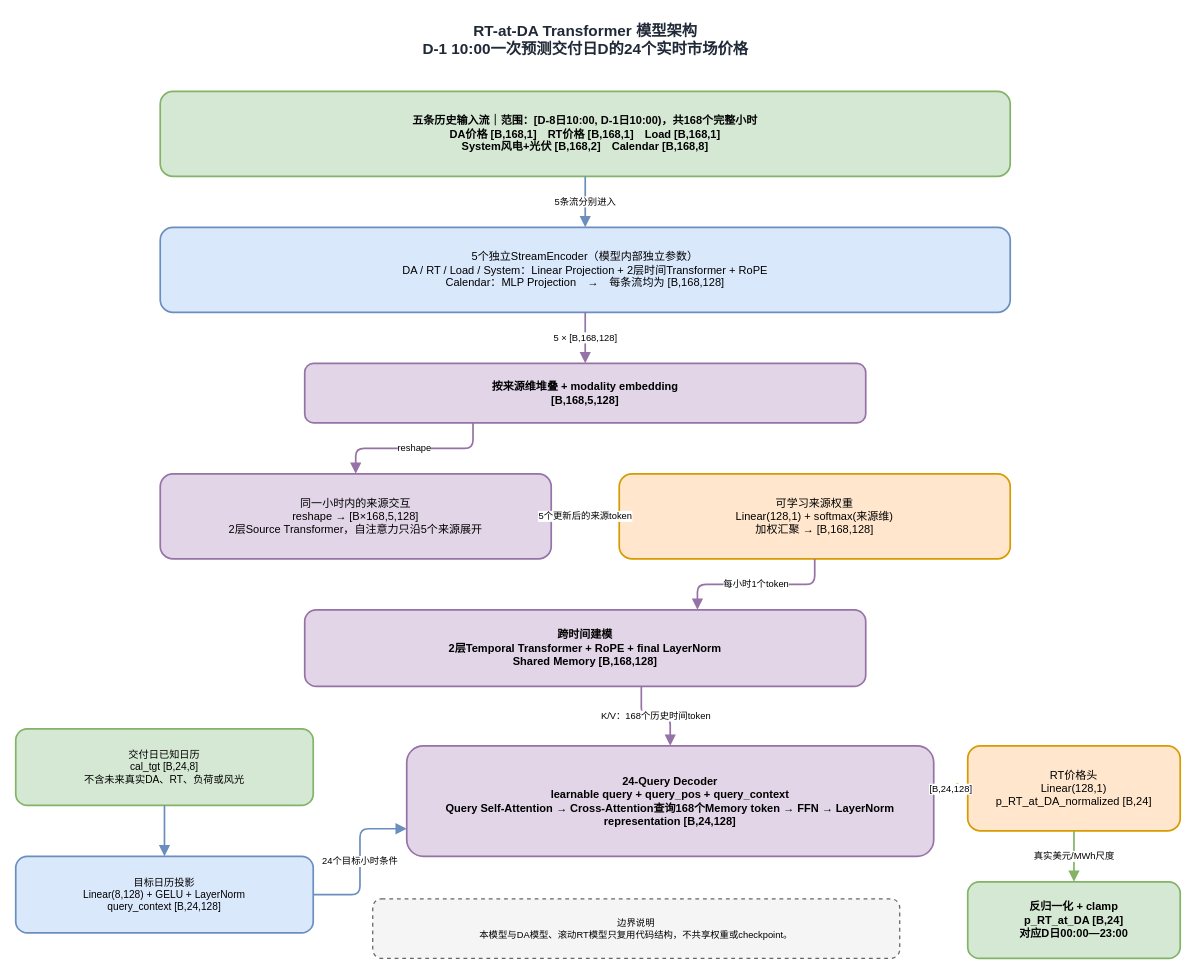
Before: docs/rt_at_da_model_architecture.drawio in lwowlwowl/electricity-price-forecasting, a draw.io diagram. Source tidied: cells renumbered, new cells numbered last; positions are measured from the earlier drawing's top-left corner, leaving out a move shared by most shapes. Both pictures are drawn from the tidied source at 85%, with x=0, y=0 at pixel (15, 14).
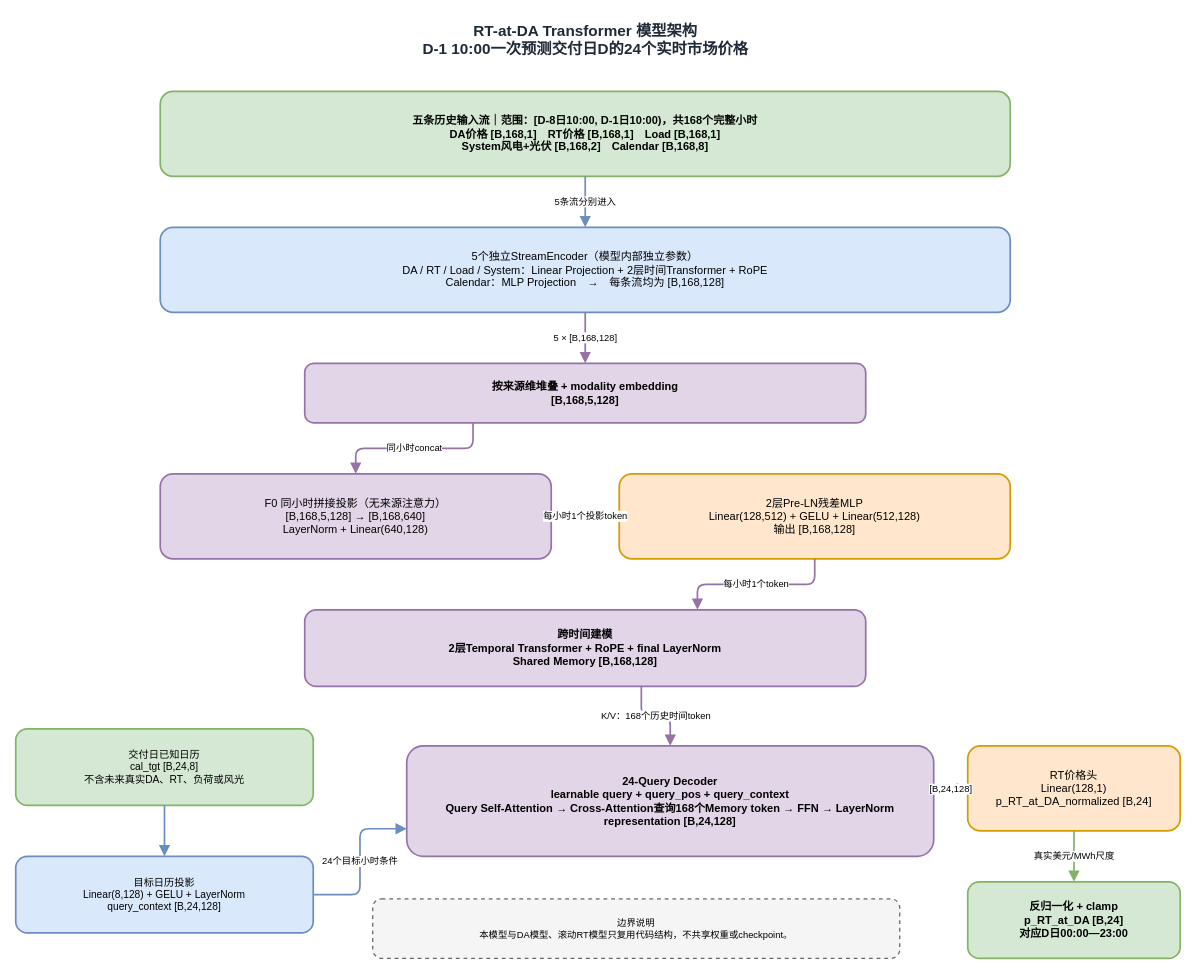
After the change.

The change refers to these unchanged cells:
```xml
<mxCell id="5" value="按来源维堆叠 + modality embedding&#10;[B,168,5,128]" style="rounded=1;whiteSpace=wrap;html=1;fillColor=#e1d5e7;strokeColor=#9673a6;strokeWidth=2;fontSize=13;fontStyle=1;" parent="1" vertex="1">
  <mxGeometry x="340" y="410" width="660" height="70" as="geometry" />
</mxCell>
```

Change to the diagram source:
```diff
@@
-    <mxCell id="6" value="同一小时内的来源交互&#10;reshape → [B×168,5,128]&#10;2层Source Transformer，自注意力只沿5个来源展开" style="rounded=1;whiteSpace=wrap;html=1;fillColor=#e1d5e7;strokeColor=#9673a6;strokeWidth=2;fontSize=13;" parent="1" vertex="1">
+    <mxCell id="6" value="F0 同小时拼接投影（无来源注意力）&#10;[B,168,5,128] → [B,168,640]&#10;LayerNorm + Linear(640,128)" style="rounded=1;whiteSpace=wrap;html=1;fillColor=#e1d5e7;strokeColor=#9673a6;strokeWidth=2;fontSize=13;" parent="1" vertex="1">
       <mxGeometry x="170" y="540" width="460" height="100" as="geometry" />
     </mxCell>
-    <mxCell id="7" value="可学习来源权重&#10;Linear(128,1) + softmax(来源维)&#10;加权汇聚 → [B,168,128]" style="rounded=1;whiteSpace=wrap;html=1;fillColor=#ffe6cc;strokeColor=#d79b00;strokeWidth=2;fontSize=13;" parent="1" vertex="1">
+    <mxCell id="7" value="2层Pre-LN残差MLP&#10;Linear(128,512) + GELU + Linear(512,128)&#10;输出 [B,168,128]" style="rounded=1;whiteSpace=wrap;html=1;fillColor=#ffe6cc;strokeColor=#d79b00;strokeWidth=2;fontSize=13;" parent="1" vertex="1">
       <mxGeometry x="710" y="540" width="460" height="100" as="geometry" />
     </mxCell>
@@
-    <mxCell id="17" value="reshape" style="edgeStyle=orthogonalEdgeStyle;rounded=1;jettySize=auto;html=1;endArrow=block;endSize=8;strokeColor=#9673a6;strokeWidth=2;exitX=0.3;exitY=1;entryX=0.5;entryY=0;" parent="1" edge="1" source="5" target="6">
+    <mxCell id="17" value="同小时concat" style="edgeStyle=orthogonalEdgeStyle;rounded=1;jettySize=auto;html=1;endArrow=block;endSize=8;strokeColor=#9673a6;strokeWidth=2;exitX=0.3;exitY=1;entryX=0.5;entryY=0;" parent="1" edge="1" source="5" target="6">
       <mxGeometry relative="1" as="geometry" />
     </mxCell>
-    <mxCell id="18" value="5个更新后的来源token" style="edgeStyle=orthogonalEdgeStyle;rounded=1;jettySize=auto;html=1;endArrow=block;endSize=8;strokeColor=#d79b00;strokeWidth=2;exitX=1;exitY=0.5;entryX=0;entryY=0.5;" parent="1" edge="1" source="6" target="7">
+    <mxCell id="18" value="每小时1个投影token" style="edgeStyle=orthogonalEdgeStyle;rounded=1;jettySize=auto;html=1;endArrow=block;endSize=8;strokeColor=#d79b00;strokeWidth=2;exitX=1;exitY=0.5;entryX=0;entryY=0.5;" parent="1" edge="1" source="6" target="7">
       <mxGeometry relative="1" as="geometry" />
     </mxCell>
```
